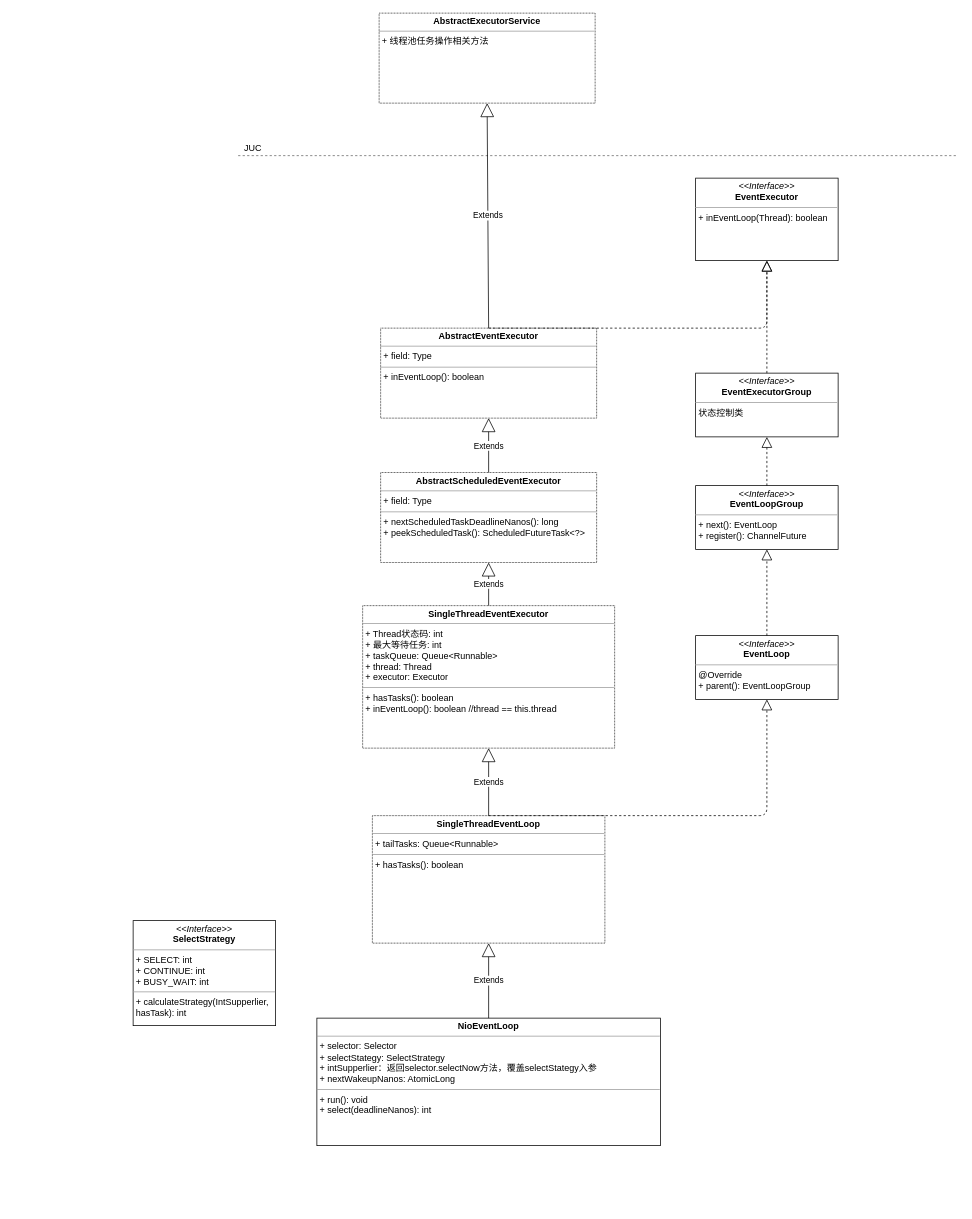
Above: page "NioEventLoop" (1 of 2) of netty.drawio in Echidnaaa/draw (draw.io), before the change. Source tidied: cells renumbered, new cells numbered last; positions are measured from the earlier drawing's top-left corner, leaving out a move shared by most shapes. Both pictures are drawn from the tidied source at 75%, with x=0, y=0 at pixel (133, 13).
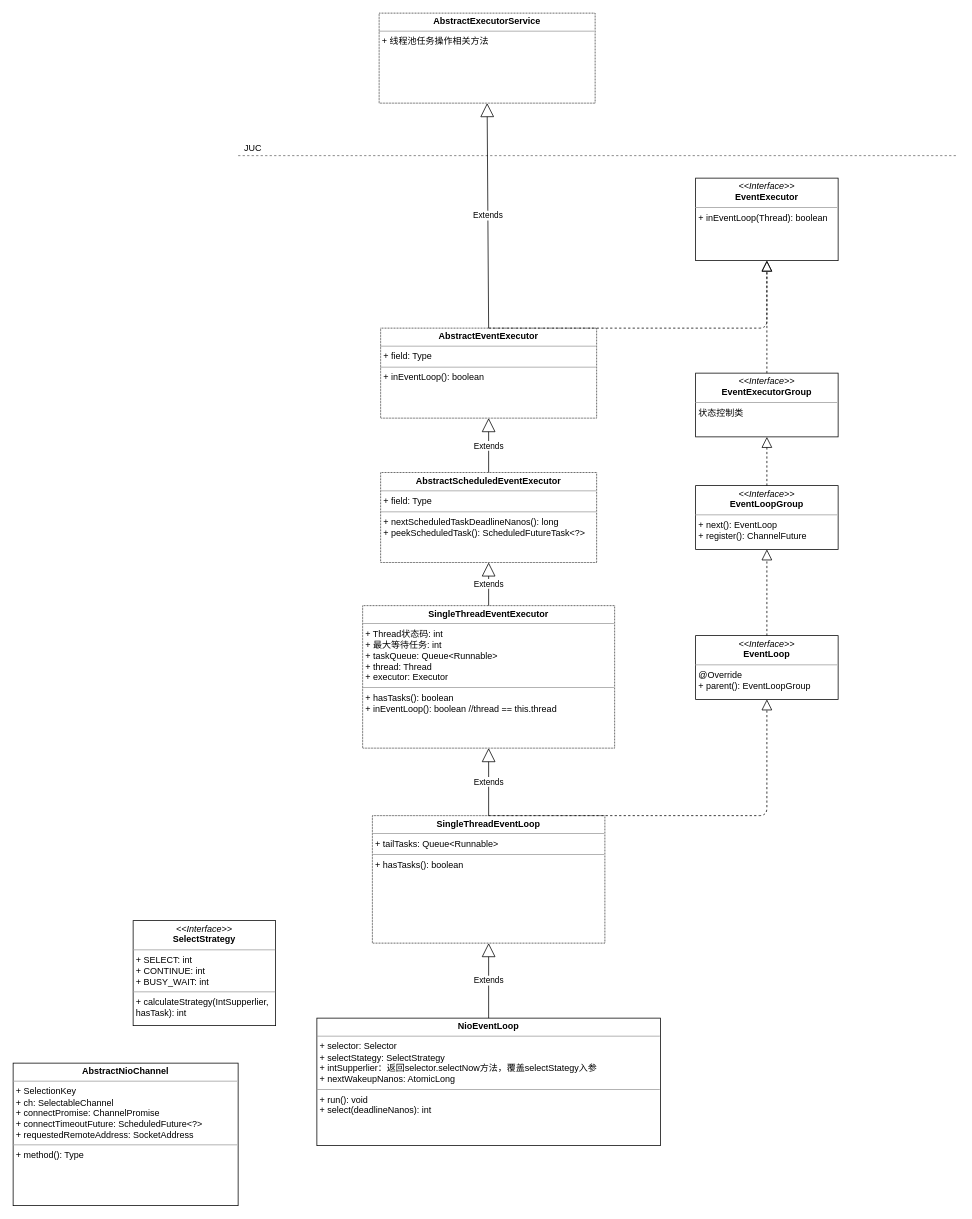
Above is the later version.

What changed in the source:
```diff
@@
+    <mxCell id="25" value="&lt;p style=&quot;margin: 0px ; margin-top: 4px ; text-align: center&quot;&gt;&lt;b&gt;AbstractNioChannel&lt;/b&gt;&lt;/p&gt;&lt;hr size=&quot;1&quot;&gt;&lt;p style=&quot;margin: 0px ; margin-left: 4px&quot;&gt;+ SelectionKey&lt;/p&gt;&lt;p style=&quot;margin: 0px ; margin-left: 4px&quot;&gt;+ ch: SelectableChannel&lt;/p&gt;&lt;p style=&quot;margin: 0px ; margin-left: 4px&quot;&gt;+ connectPromise: ChannelPromise&lt;/p&gt;&lt;p style=&quot;margin: 0px ; margin-left: 4px&quot;&gt;+ connectTimeoutFuture: ScheduledFuture&amp;lt;?&amp;gt;&lt;/p&gt;&lt;p style=&quot;margin: 0px ; margin-left: 4px&quot;&gt;+ requestedRemoteAddress: SocketAddress&lt;/p&gt;&lt;hr size=&quot;1&quot;&gt;&lt;p style=&quot;margin: 0px ; margin-left: 4px&quot;&gt;+ method(): Type&lt;/p&gt;" style="verticalAlign=top;align=left;overflow=fill;fontSize=12;fontFamily=Helvetica;html=1;" parent="1" vertex="1">
+      <mxGeometry x="-160" y="1400" width="300" height="190" as="geometry" />
+    </mxCell>
```
